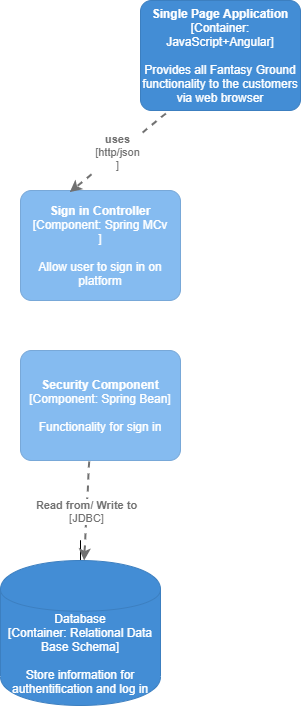
Before: Components.png, a diagram exported from draw.io (Madalina0303/Ip-lab4). Source tidied: cells renumbered, new cells last; positions are measured from the earlier drawing's top-left corner, leaving out a move shared by most shapes.
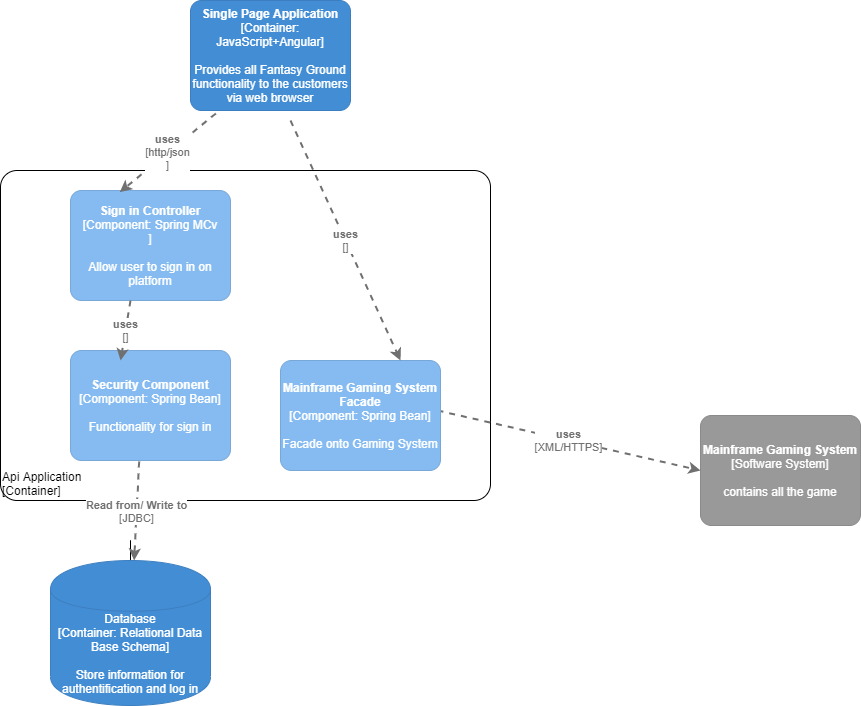
The same diagram one commit later.

Change to the diagram source:
```diff
@@ -2,6 +2,11 @@
   <root>
     <mxCell id="0" />
     <mxCell id="1" parent="0" />
+    <object id="9" label="&lt;div style=&quot;text-align: left&quot;&gt;%c4Name%&lt;/div&gt;&lt;div style=&quot;text-align: left&quot;&gt;[%c4Application%]&lt;/div&gt;" c4Application="Container" c4Name="Api Application" c4Type="ExecutionEnvironment" placeholders="1">
+      <mxCell style="rounded=1;whiteSpace=wrap;html=1;labelBackgroundColor=none;fillColor=#ffffff;fontColor=#000000;align=left;arcSize=5;strokeColor=#000000;verticalAlign=bottom;metaData={&quot;c4Type&quot;:{&quot;editable&quot;:false}};" parent="1" vertex="1">
+        <mxGeometry x="-50" y="170" width="490" height="330" as="geometry" />
+      </mxCell>
+    </object>
     <object id="2" label="&lt;b&gt;%c4Name%&lt;/b&gt;&lt;div&gt;[%c4Type%: %c4Technology%]&lt;/div&gt;&lt;br&gt;&lt;div&gt;%c4Description%&lt;/div&gt;" c4Description="Provides all Fantasy Ground functionality   to  the customers via web browser" c4Name="Single Page Application" c4Technology="JavaScript+Angular" c4Type="Container" placeholders="1">
       <mxCell style="rounded=1;whiteSpace=wrap;html=1;labelBackgroundColor=none;fillColor=#438DD5;fontColor=#ffffff;align=center;arcSize=10;strokeColor=#3C7FC0;metaData={&quot;c4Type&quot;:{&quot;editable&quot;:false}};points=[[0.25,0,0],[0.5,0,0],[0.75,0,0],[1,0.25,0],[1,0.5,0],[1,0.75,0],[0.75,1,0],[0.5,1,0],[0.25,1,0],[0,0.75,0],[0,0.5,0],[0,0.25,0]];" parent="1" vertex="1">
         <mxGeometry x="140" width="160" height="110" as="geometry" />
@@ -37,5 +42,36 @@
         <mxGeometry relative="1" as="geometry" />
       </mxCell>
     </object>
+    <object id="10" label="&lt;div style=&quot;text-align: left&quot;&gt;&lt;div style=&quot;text-align: center&quot;&gt;&lt;b&gt;%c4Description%&lt;/b&gt;&lt;/div&gt;&lt;div style=&quot;text-align: center&quot;&gt;[%c4Technology%]&lt;/div&gt;&lt;/div&gt;" c4Description="uses" c4Technology="" c4Type="Relationship" placeholders="1">
+      <mxCell style="edgeStyle=none;rounded=0;html=1;entryX=0.313;entryY=0.091;jettySize=auto;strokeColor=#707070;strokeWidth=2;fontColor=#707070;jumpStyle=none;dashed=1;metaData={&quot;c4Type&quot;:{&quot;editable&quot;:false}};entryDx=0;entryDy=0;entryPerimeter=0;" parent="1" edge="1" target="5">
+        <mxGeometry relative="1" as="geometry">
+          <mxPoint x="80" y="300" as="sourcePoint" />
+        </mxGeometry>
+      </mxCell>
+    </object>
+    <object id="11" label="&lt;b&gt;%c4Name%&lt;/b&gt;&lt;div&gt;[%c4Type%]&lt;/div&gt;&lt;br&gt;&lt;div&gt;%c4Description%&lt;/div&gt;" c4Description="contains all the game" c4Name="Mainframe Gaming System" c4Type="Software System" placeholders="1">
+      <mxCell style="rounded=1;whiteSpace=wrap;html=1;labelBackgroundColor=none;fillColor=#999999;fontColor=#ffffff;align=center;arcSize=10;strokeColor=#8A8A8A;metaData={&quot;c4Type&quot;:{&quot;editable&quot;:false}};points=[[0.25,0,0],[0.5,0,0],[0.75,0,0],[1,0.25,0],[1,0.5,0],[1,0.75,0],[0.75,1,0],[0.5,1,0],[0.25,1,0],[0,0.75,0],[0,0.5,0],[0,0.25,0]];" parent="1" vertex="1">
+        <mxGeometry x="650" y="415" width="160" height="110" as="geometry" />
+      </mxCell>
+    </object>
+    <object id="12" label="&lt;div style=&quot;text-align: left&quot;&gt;&lt;div style=&quot;text-align: center&quot;&gt;&lt;b&gt;%c4Description%&lt;/b&gt;&lt;/div&gt;&lt;div style=&quot;text-align: center&quot;&gt;[%c4Technology%]&lt;/div&gt;&lt;/div&gt;" c4Description="uses" c4Technology="XML/HTTPS" c4Type="Relationship" placeholders="1">
+      <mxCell style="edgeStyle=none;rounded=0;html=1;entryX=0;entryY=0.5;jettySize=auto;strokeColor=#707070;strokeWidth=2;fontColor=#707070;jumpStyle=none;dashed=1;metaData={&quot;c4Type&quot;:{&quot;editable&quot;:false}};entryDx=0;entryDy=0;entryPerimeter=0;" parent="1" edge="1" target="11">
+        <mxGeometry relative="1" as="geometry">
+          <mxPoint x="387" y="410" as="sourcePoint" />
+        </mxGeometry>
+      </mxCell>
+    </object>
+    <object id="13" label="&lt;b&gt;%c4Name%&lt;/b&gt;&lt;div&gt;[%c4Type%: %c4Technology%]&lt;/div&gt;&lt;br&gt;&lt;div&gt;%c4Description%&lt;/div&gt;" c4Description="Facade onto Gaming System" c4Name="Mainframe Gaming System Facade" c4Technology="Spring Bean" c4Type="Component" placeholders="1">
+      <mxCell style="rounded=1;whiteSpace=wrap;html=1;labelBackgroundColor=none;fillColor=#85BBF0;fontColor=#ffffff;align=center;arcSize=10;strokeColor=#78A8D8;metaData={&quot;c4Type&quot;:{&quot;editable&quot;:false}};points=[[0.25,0,0],[0.5,0,0],[0.75,0,0],[1,0.25,0],[1,0.5,0],[1,0.75,0],[0.75,1,0],[0.5,1,0],[0.25,1,0],[0,0.75,0],[0,0.5,0],[0,0.25,0]];" parent="1" vertex="1">
+        <mxGeometry x="230" y="360" width="160" height="110" as="geometry" />
+      </mxCell>
+    </object>
+    <object id="14" label="&lt;div style=&quot;text-align: left&quot;&gt;&lt;div style=&quot;text-align: center&quot;&gt;&lt;b&gt;%c4Description%&lt;/b&gt;&lt;/div&gt;&lt;div style=&quot;text-align: center&quot;&gt;[%c4Technology%]&lt;/div&gt;&lt;/div&gt;" c4Description="uses" c4Technology="" c4Type="Relationship" placeholders="1">
+      <mxCell style="edgeStyle=none;rounded=0;html=1;entryX=0.75;entryY=0;jettySize=auto;strokeColor=#707070;strokeWidth=2;fontColor=#707070;jumpStyle=none;dashed=1;metaData={&quot;c4Type&quot;:{&quot;editable&quot;:false}};entryDx=0;entryDy=0;entryPerimeter=0;" parent="1" edge="1" target="13">
+        <mxGeometry relative="1" as="geometry">
+          <mxPoint x="240" y="120" as="sourcePoint" />
+        </mxGeometry>
+      </mxCell>
+    </object>
   </root>
 </mxGraphModel>
```
